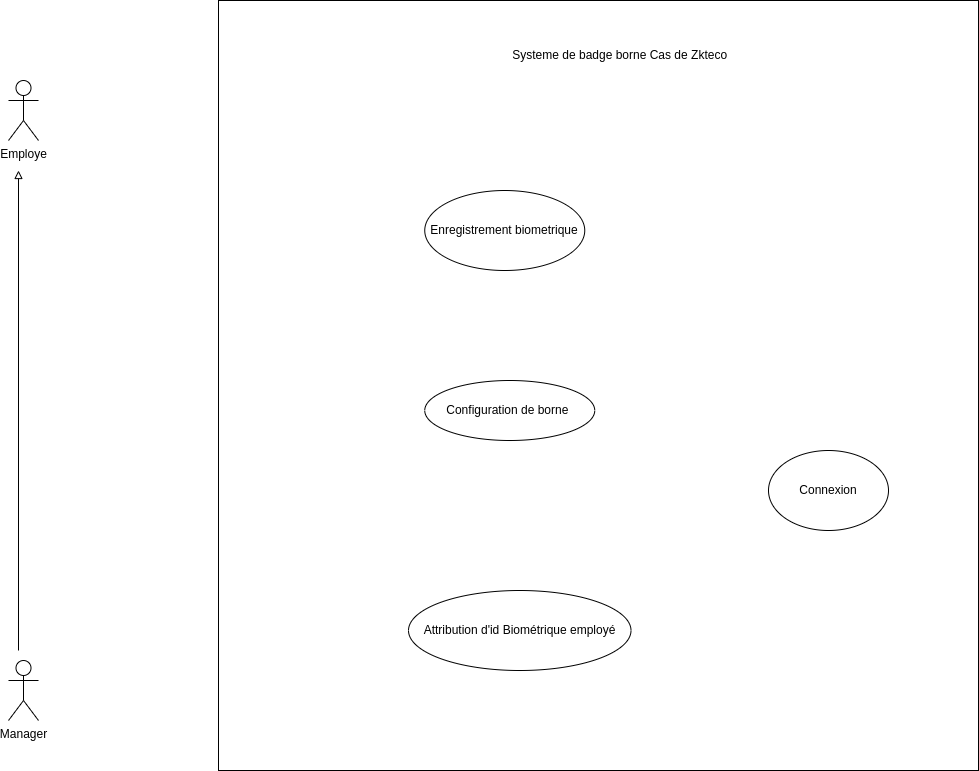
The draw.io diagram static/UsecaseZkteco.drawio.png in Siluearsene/borne_biometrique, before a commit. Source tidied: cells renumbered, new cells last; positions are measured from the earlier drawing's top-left corner, leaving out a move shared by most shapes.
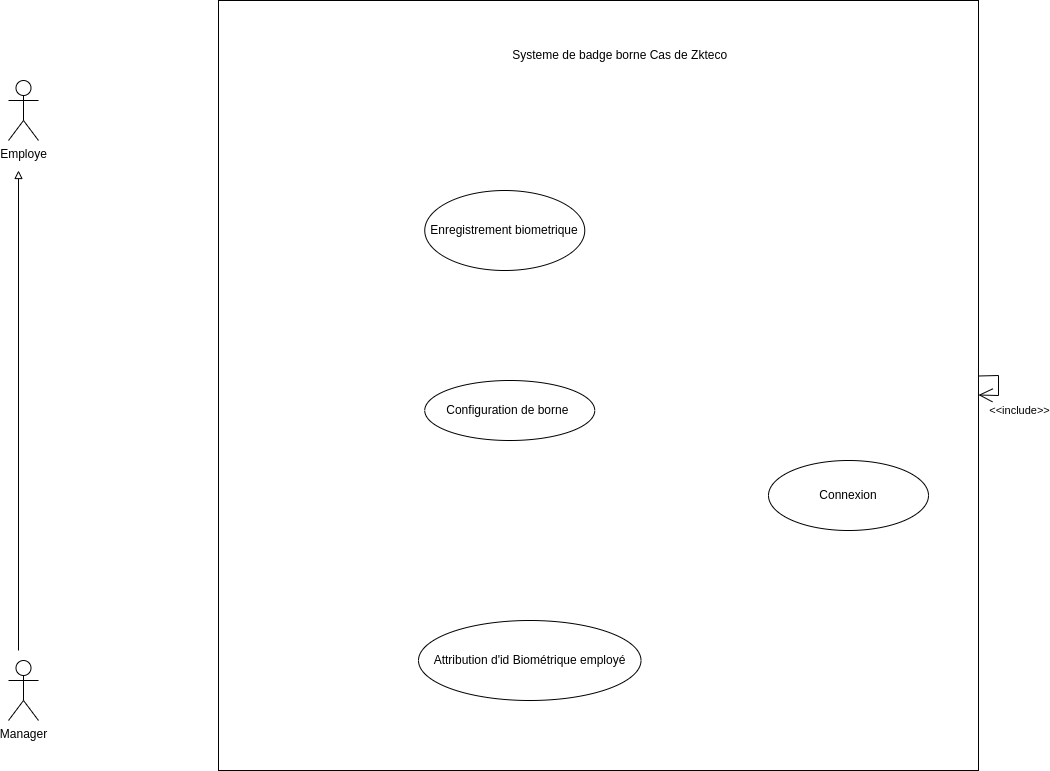
The same file after the commit.

Commit message:
Mettre à jour UsecaseZkteco.drawio.png

The edit, as a diff of the source:
```diff
@@ -24,13 +24,21 @@
       <mxGeometry x="416.2" y="380" width="170" height="60" as="geometry" />
     </mxCell>
     <mxCell id="8" value="Attribution d'id Biométrique employé" style="ellipse;whiteSpace=wrap;html=1;" parent="1" vertex="1">
-      <mxGeometry x="400" y="590" width="222.5" height="80" as="geometry" />
+      <mxGeometry x="410" y="620" width="222.5" height="80" as="geometry" />
     </mxCell>
     <mxCell id="9" value="Enregistrement biometrique" style="ellipse;whiteSpace=wrap;html=1;" parent="1" vertex="1">
       <mxGeometry x="416.2" y="190" width="160" height="80" as="geometry" />
     </mxCell>
     <mxCell id="10" value="Connexion" style="ellipse;whiteSpace=wrap;html=1;" parent="1" vertex="1">
-      <mxGeometry x="760" y="450" width="120" height="80" as="geometry" />
+      <mxGeometry x="760" y="460" width="160" height="70" as="geometry" />
     </mxCell>
+    <mxCell id="11" style="endArrow=open;endFill=1;endSize=12;html=1;rounded=0;" parent="1" edge="1" source="4" target="4">
+      <mxGeometry relative="1" as="geometry" />
+    </mxCell>
+    <mxCell id="12" value="&amp;lt;&amp;lt;include&amp;gt;&amp;gt;" style="edgeLabel;html=1;align=center;verticalAlign=middle;" parent="11" vertex="1">
+      <mxGeometry x="0.13" y="2" relative="1" as="geometry">
+        <mxPoint x="18" y="21" as="offset" />
+      </mxGeometry>
+    </mxCell>
   </root>
 </mxGraphModel>
```
